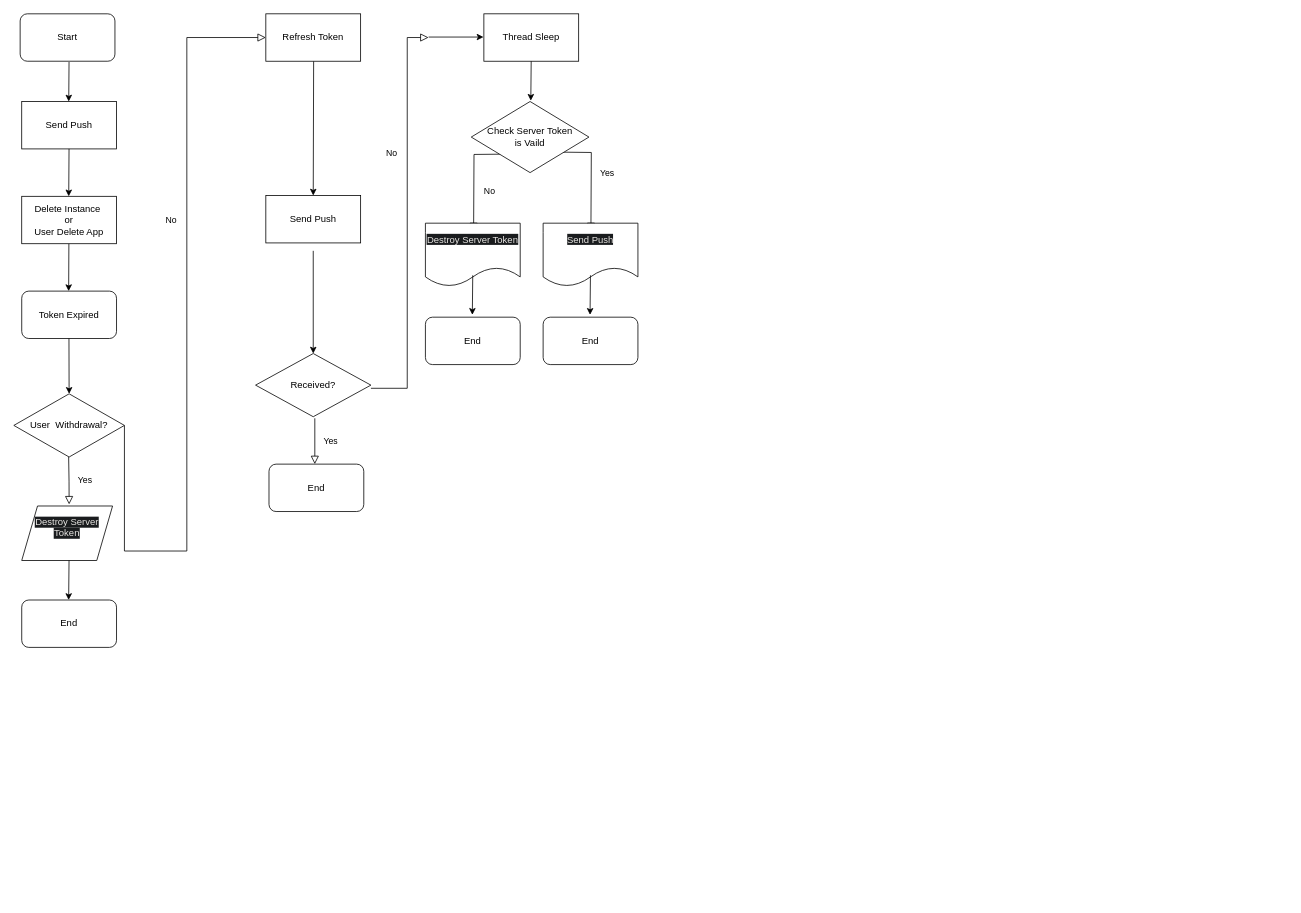
This is FcmMessage.drawio from spacedustz/Flow-Chart, a draw.io file, before an edit. Source tidied: cells renumbered, new cells numbered last; positions are measured from the earlier drawing's top-left corner, leaving out a move shared by most shapes. Both pictures are drawn from the tidied source at 79%, with x=0, y=0 at pixel (13, 13).
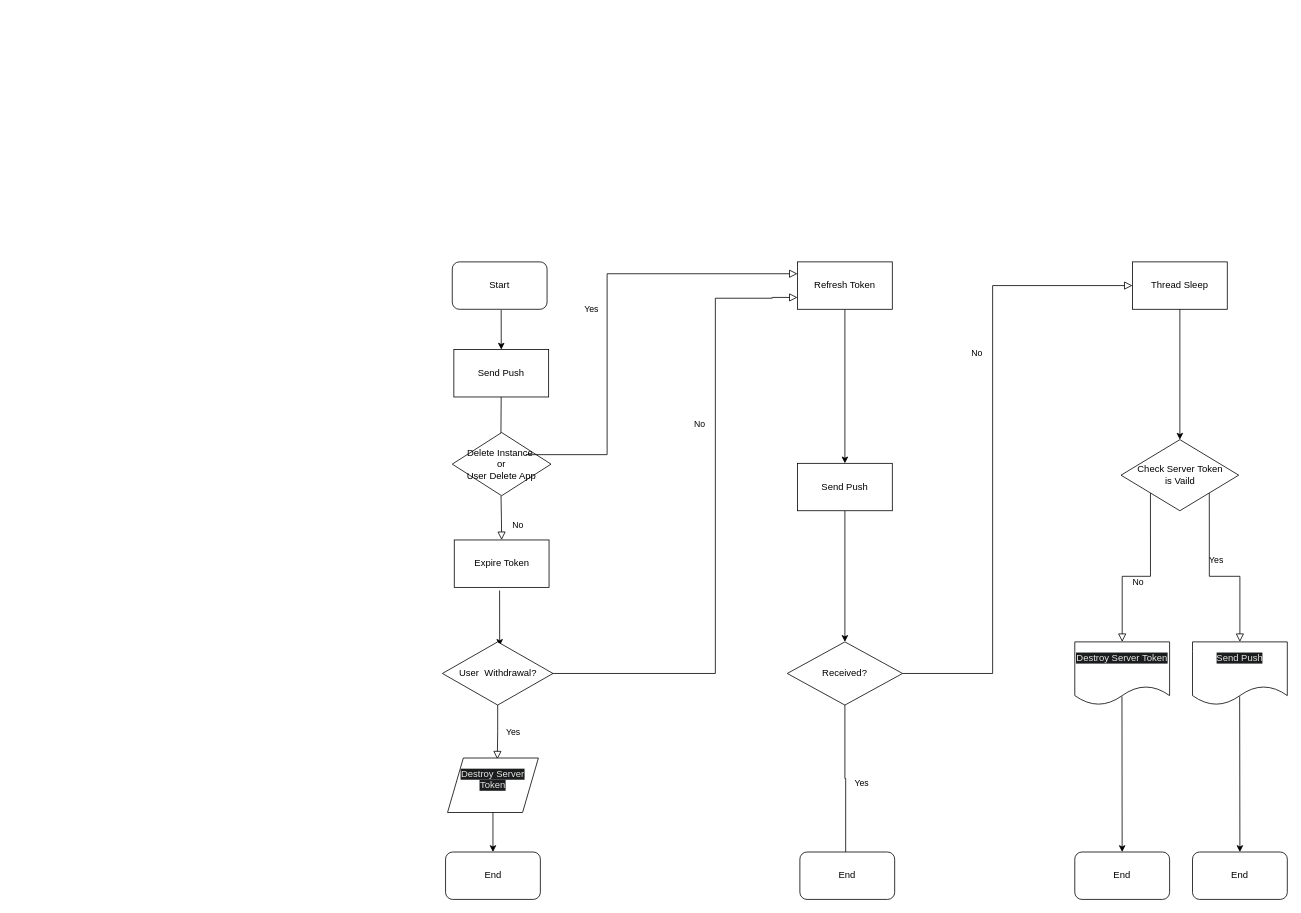
Above is the later version.

Change to the diagram source:
```diff
@@
     <mxCell id="2" value="Start" style="rounded=1;whiteSpace=wrap;html=1;" parent="1" vertex="1">
-      <mxGeometry x="8" width="120" height="60" as="geometry" />
+      <mxGeometry x="555" y="314" width="120" height="60" as="geometry" />
     </mxCell>
-    <mxCell id="3" style="endArrow=classic;html=1;rounded=0;" parent="1" edge="1">
+    <mxCell id="3" style="endArrow=classic;html=1;rounded=0;entryX=0.5;entryY=0;entryDx=0;entryDy=0;" parent="1" edge="1" target="4">
       <mxGeometry relative="1" as="geometry">
-        <mxPoint x="69.9" y="61" as="sourcePoint" />
-        <mxPoint x="69.5" y="111" as="targetPoint" />
+        <mxPoint x="616.9" y="375" as="sourcePoint" />
       </mxGeometry>
     </mxCell>
     <mxCell id="4" value="Send Push" style="rounded=0;whiteSpace=wrap;html=1;" parent="1" vertex="1">
-      <mxGeometry x="10" y="111" width="120" height="60" as="geometry" />
+      <mxGeometry x="557" y="425" width="120" height="60" as="geometry" />
     </mxCell>
     <mxCell id="5" style="endArrow=classic;html=1;rounded=0;" parent="1" edge="1">
       <mxGeometry relative="1" as="geometry">
-        <mxPoint x="69.9" y="171" as="sourcePoint" />
-        <mxPoint x="69.5" y="231" as="targetPoint" />
+        <mxPoint x="616.9" y="485" as="sourcePoint" />
+        <mxPoint x="616.5" y="545" as="targetPoint" />
       </mxGeometry>
     </mxCell>
-    <mxCell id="6" value="Token Expired" style="rounded=1;whiteSpace=wrap;html=1;" parent="1" vertex="1">
-      <mxGeometry x="10" y="351" width="120" height="60" as="geometry" />
-    </mxCell>
-    <mxCell id="7" style="endArrow=classic;html=1;rounded=0;" parent="1" edge="1">
-      <mxGeometry relative="1" as="geometry">
-        <mxPoint x="69.7" y="291" as="sourcePoint" />
-        <mxPoint x="69.4" y="351" as="targetPoint" />
-      </mxGeometry>
-    </mxCell>
-    <mxCell id="8" value="Delete Instance&amp;nbsp;&lt;br&gt;or&lt;br&gt;User Delete App" style="rounded=0;whiteSpace=wrap;html=1;" parent="1" vertex="1">
-      <mxGeometry x="10" y="231" width="120" height="60" as="geometry" />
-    </mxCell>
-    <mxCell id="9" value="No" style="rounded=0;html=1;jettySize=auto;fontSize=11;endArrow=block;endFill=0;endSize=8;strokeWidth=1;shadow=0;labelBackgroundColor=none;edgeStyle=orthogonalEdgeStyle;entryX=0;entryY=0.5;entryDx=0;entryDy=0;exitX=1;exitY=0.5;exitDx=0;exitDy=0;" parent="1" edge="1" source="22" target="11">
+    <mxCell id="9" value="No" style="rounded=0;html=1;jettySize=auto;fontSize=11;endArrow=block;endFill=0;endSize=8;strokeWidth=1;shadow=0;labelBackgroundColor=none;edgeStyle=orthogonalEdgeStyle;entryX=0;entryY=0.75;entryDx=0;entryDy=0;exitX=1;exitY=0.5;exitDx=0;exitDy=0;" parent="1" edge="1" source="22" target="11">
       <mxGeometry x="0.33" y="20" relative="1" as="geometry">
         <Array as="points">
-          <mxPoint x="219" y="680" />
-          <mxPoint x="219" y="30" />
+          <mxPoint x="888" y="835" />
+          <mxPoint x="888" y="360" />
+          <mxPoint x="960" y="360" />
         </Array>
       </mxGeometry>
     </mxCell>
-    <mxCell id="10" style="endArrow=classic;html=1;rounded=0;entryX=0.5;entryY=0;entryDx=0;entryDy=0;" parent="1" edge="1" target="14">
-      <mxGeometry relative="1" as="geometry">
-        <mxPoint x="379.5" y="60" as="sourcePoint" />
-      </mxGeometry>
+    <mxCell id="10" style="endArrow=classic;html=1;rounded=0;entryX=0.5;entryY=0;entryDx=0;entryDy=0;" parent="1" edge="1" source="11" target="14">
+      <mxGeometry relative="1" as="geometry" />
     </mxCell>
-    <mxCell id="11" value="Refresh Token" style="rounded=0;whiteSpace=wrap;html=1;" parent="1" vertex="1">
-      <mxGeometry x="319" width="120" height="60" as="geometry" />
-    </mxCell>
-    <mxCell id="12" style="endArrow=classic;html=1;rounded=0;entryX=0.5;entryY=0;entryDx=0;entryDy=0;" parent="1" edge="1" target="15">
-      <mxGeometry relative="1" as="geometry">
-        <mxPoint x="379" y="300" as="sourcePoint" />
-      </mxGeometry>
+    <mxCell id="12" style="endArrow=classic;html=1;rounded=0;entryX=0.5;entryY=0;entryDx=0;entryDy=0;exitX=0.5;exitY=1;exitDx=0;exitDy=0;" parent="1" edge="1" source="14" target="15">
+      <mxGeometry relative="1" as="geometry" />
     </mxCell>
     <mxCell id="13" value="Thread Sleep" style="rounded=0;whiteSpace=wrap;html=1;" parent="1" vertex="1">
-      <mxGeometry x="595" width="120" height="60" as="geometry" />
+      <mxGeometry x="1416" y="314" width="120" height="60" as="geometry" />
     </mxCell>
     <mxCell id="14" value="Send Push" style="rounded=0;whiteSpace=wrap;html=1;" parent="1" vertex="1">
-      <mxGeometry x="319" y="230" width="120" height="60" as="geometry" />
+      <mxGeometry x="992" y="569" width="120" height="60" as="geometry" />
     </mxCell>
     <mxCell id="15" value="Received?" style="rhombus;whiteSpace=wrap;html=1;" parent="1" vertex="1">
-      <mxGeometry x="306" y="430" width="146" height="80" as="geometry" />
+      <mxGeometry x="979" y="795" width="146" height="80" as="geometry" />
     </mxCell>
-    <mxCell id="16" value="No" style="rounded=0;html=1;jettySize=auto;orthogonalLoop=1;fontSize=11;endArrow=block;endFill=0;endSize=8;strokeWidth=1;shadow=0;labelBackgroundColor=none;edgeStyle=orthogonalEdgeStyle;" parent="1" edge="1">
+    <mxCell id="16" value="No" style="rounded=0;html=1;jettySize=auto;fontSize=11;endArrow=block;endFill=0;endSize=8;strokeWidth=1;shadow=0;labelBackgroundColor=none;edgeStyle=orthogonalEdgeStyle;exitX=1;exitY=0.5;exitDx=0;exitDy=0;entryX=0;entryY=0.5;entryDx=0;entryDy=0;" parent="1" edge="1" source="15" target="13">
       <mxGeometry x="0.33" y="20" relative="1" as="geometry">
-        <mxPoint x="452" y="474" as="sourcePoint" />
-        <mxPoint x="525" y="30" as="targetPoint" />
         <Array as="points">
-          <mxPoint x="498" y="474" />
-          <mxPoint x="498" y="30" />
+          <mxPoint x="1239" y="835" />
+          <mxPoint x="1239" y="344" />
         </Array>
       </mxGeometry>
     </mxCell>
-    <mxCell id="17" style="endArrow=classic;html=1;rounded=0;" parent="1" edge="1">
-      <mxGeometry relative="1" as="geometry">
-        <mxPoint x="525" y="29.4" as="sourcePoint" />
-        <mxPoint x="594.5" y="29.4" as="targetPoint" />
-      </mxGeometry>
-    </mxCell>
-    <mxCell id="18" style="endArrow=classic;html=1;rounded=0;" parent="1" edge="1">
-      <mxGeometry relative="1" as="geometry">
-        <mxPoint x="654.9" y="60" as="sourcePoint" />
-        <mxPoint x="654.4" y="110" as="targetPoint" />
-      </mxGeometry>
+    <mxCell id="18" style="endArrow=classic;html=1;rounded=0;exitX=0.5;exitY=1;exitDx=0;exitDy=0;entryX=0.5;entryY=0;entryDx=0;entryDy=0;" parent="1" edge="1" source="13" target="25">
+      <mxGeometry relative="1" as="geometry" />
     </mxCell>
-    <mxCell id="19" value="Yes" style="rounded=0;html=1;jettySize=auto;orthogonalLoop=1;fontSize=11;endArrow=block;endFill=0;endSize=8;strokeWidth=1;shadow=0;labelBackgroundColor=none;edgeStyle=orthogonalEdgeStyle;entryX=0.5;entryY=0;entryDx=0;entryDy=0;" parent="1" edge="1">
-      <mxGeometry y="20" relative="1" as="geometry">
-        <mxPoint x="683.5" y="175" as="sourcePoint" />
-        <mxPoint x="730.5" y="275" as="targetPoint" />
-      </mxGeometry>
+    <mxCell id="19" value="Yes" style="rounded=0;html=1;jettySize=auto;fontSize=11;endArrow=block;endFill=0;endSize=8;strokeWidth=1;shadow=0;labelBackgroundColor=none;edgeStyle=orthogonalEdgeStyle;entryX=0.5;entryY=0;entryDx=0;entryDy=0;exitX=1;exitY=1;exitDx=0;exitDy=0;" parent="1" edge="1" source="25" target="27">
+      <mxGeometry y="20" relative="1" as="geometry" />
     </mxCell>
-    <mxCell id="20" value="No" style="rounded=0;html=1;jettySize=auto;orthogonalLoop=1;fontSize=11;endArrow=block;endFill=0;endSize=8;strokeWidth=1;shadow=0;labelBackgroundColor=none;edgeStyle=orthogonalEdgeStyle;entryX=0.404;entryY=0;entryDx=0;entryDy=0;entryPerimeter=0;exitX=0.331;exitY=1.042;exitDx=0;exitDy=0;exitPerimeter=0;" parent="1" edge="1">
-      <mxGeometry x="0.33" y="20" relative="1" as="geometry">
-        <mxPoint x="633.2" y="177.5" as="sourcePoint" />
-        <mxPoint x="582" y="275" as="targetPoint" />
-      </mxGeometry>
+    <mxCell id="20" value="No" style="rounded=0;html=1;jettySize=auto;fontSize=11;endArrow=block;endFill=0;endSize=8;strokeWidth=1;shadow=0;labelBackgroundColor=none;edgeStyle=orthogonalEdgeStyle;entryX=0.5;entryY=0;entryDx=0;entryDy=0;exitX=0;exitY=1;exitDx=0;exitDy=0;" parent="1" edge="1" source="25" target="26">
+      <mxGeometry x="0.33" y="20" relative="1" as="geometry" />
     </mxCell>
-    <mxCell id="21" style="endArrow=classic;html=1;rounded=0;entryX=0.5;entryY=0;entryDx=0;entryDy=0;" parent="1" edge="1" target="22">
+    <mxCell id="21" style="endArrow=classic;html=1;rounded=0;entryX=0.5;entryY=0;entryDx=0;entryDy=0;" parent="1" edge="1">
       <mxGeometry relative="1" as="geometry">
-        <mxPoint x="69.8" y="411" as="sourcePoint" />
+        <mxPoint x="614.9" y="730" as="sourcePoint" />
+        <mxPoint x="615" y="800" as="targetPoint" />
       </mxGeometry>
     </mxCell>
     <mxCell id="22" value="User&amp;nbsp; Withdrawal?" style="rhombus;whiteSpace=wrap;html=1;" parent="1" vertex="1">
-      <mxGeometry y="481" width="140" height="80" as="geometry" />
+      <mxGeometry x="542.5" y="795" width="140" height="80" as="geometry" />
     </mxCell>
-    <mxCell id="23" value="Yes" style="rounded=0;html=1;jettySize=auto;orthogonalLoop=1;fontSize=11;endArrow=block;endFill=0;endSize=8;strokeWidth=1;shadow=0;labelBackgroundColor=none;edgeStyle=orthogonalEdgeStyle;entryX=0.5;entryY=0;entryDx=0;entryDy=0;" parent="1" edge="1">
-      <mxGeometry y="20" relative="1" as="geometry">
-        <mxPoint x="69.4" y="561" as="sourcePoint" />
-        <mxPoint x="70" y="621" as="targetPoint" />
-      </mxGeometry>
+    <mxCell id="23" value="Yes" style="rounded=0;html=1;jettySize=auto;fontSize=11;endArrow=block;endFill=0;endSize=8;strokeWidth=1;shadow=0;labelBackgroundColor=none;edgeStyle=orthogonalEdgeStyle;entryX=0.548;entryY=0.024;entryDx=0;entryDy=0;entryPerimeter=0;exitX=0.5;exitY=1;exitDx=0;exitDy=0;" parent="1" edge="1" source="22" target="24">
+      <mxGeometry y="20" relative="1" as="geometry" />
     </mxCell>
     <mxCell id="24" value="&#10;&lt;span style=&quot;color: rgb(232, 230, 227); font-family: Helvetica; font-size: 12px; font-style: normal; font-variant-ligatures: normal; font-variant-caps: normal; font-weight: 400; letter-spacing: normal; orphans: 2; text-align: center; text-indent: 0px; text-transform: none; widows: 2; word-spacing: 0px; -webkit-text-stroke-width: 0px; background-color: rgb(26, 28, 30); text-decoration-thickness: initial; text-decoration-style: initial; text-decoration-color: initial; float: none; display: inline !important;&quot;&gt;Destroy Server Token&lt;/span&gt;&#10;&#10;" style="shape=parallelogram;perimeter=parallelogramPerimeter;whiteSpace=wrap;html=1;fixedSize=1;" parent="1" vertex="1">
-      <mxGeometry x="10" y="623" width="115" height="69" as="geometry" />
+      <mxGeometry x="549" y="942" width="115" height="69" as="geometry" />
     </mxCell>
     <mxCell id="25" value="Check Server Token&lt;br style=&quot;border-color: var(--darkreader-border--border-color); --darkreader-inline-border:var(--darkreader-border--darkreader-border--border-color);&quot;&gt;is Vaild" style="rhombus;whiteSpace=wrap;html=1;" parent="1" vertex="1">
-      <mxGeometry x="579" y="111" width="149" height="90" as="geometry" />
+      <mxGeometry x="1401.5" y="539" width="149" height="90" as="geometry" />
     </mxCell>
     <mxCell id="26" value="&#10;&lt;span style=&quot;color: rgb(232, 230, 227); font-family: Helvetica; font-size: 12px; font-style: normal; font-variant-ligatures: normal; font-variant-caps: normal; font-weight: 400; letter-spacing: normal; orphans: 2; text-align: center; text-indent: 0px; text-transform: none; widows: 2; word-spacing: 0px; -webkit-text-stroke-width: 0px; background-color: rgb(26, 28, 30); text-decoration-thickness: initial; text-decoration-style: initial; text-decoration-color: initial; float: none; display: inline !important;&quot;&gt;Destroy Server Token&lt;/span&gt;&#10;&#10;" style="shape=document;whiteSpace=wrap;html=1;boundedLbl=1;" parent="1" vertex="1">
-      <mxGeometry x="521" y="265" width="120" height="80" as="geometry" />
+      <mxGeometry x="1343" y="795" width="120" height="80" as="geometry" />
     </mxCell>
     <mxCell id="27" value="&#10;&lt;span style=&quot;color: rgb(232, 230, 227); font-family: Helvetica; font-size: 12px; font-style: normal; font-variant-ligatures: normal; font-variant-caps: normal; font-weight: 400; letter-spacing: normal; orphans: 2; text-align: center; text-indent: 0px; text-transform: none; widows: 2; word-spacing: 0px; -webkit-text-stroke-width: 0px; background-color: rgb(26, 28, 30); text-decoration-thickness: initial; text-decoration-style: initial; text-decoration-color: initial; float: none; display: inline !important;&quot;&gt;Send Push&lt;/span&gt;&#10;&#10;" style="shape=document;whiteSpace=wrap;html=1;boundedLbl=1;" parent="1" vertex="1">
-      <mxGeometry x="670" y="265" width="120" height="80" as="geometry" />
+      <mxGeometry x="1492" y="795" width="120" height="80" as="geometry" />
     </mxCell>
-    <mxCell id="28" value="Yes" style="rounded=0;html=1;jettySize=auto;orthogonalLoop=1;fontSize=11;endArrow=block;endFill=0;endSize=8;strokeWidth=1;shadow=0;labelBackgroundColor=none;edgeStyle=orthogonalEdgeStyle;" parent="1" edge="1">
-      <mxGeometry y="20" relative="1" as="geometry">
-        <mxPoint x="381" y="512" as="sourcePoint" />
-        <mxPoint x="381" y="570" as="targetPoint" />
-      </mxGeometry>
+    <mxCell id="28" value="Yes" style="rounded=0;html=1;jettySize=auto;fontSize=11;endArrow=block;endFill=0;endSize=8;strokeWidth=1;shadow=0;labelBackgroundColor=none;edgeStyle=orthogonalEdgeStyle;entryX=0.483;entryY=0.217;entryDx=0;entryDy=0;entryPerimeter=0;exitX=0.5;exitY=1;exitDx=0;exitDy=0;" parent="1" edge="1" source="15" target="29">
+      <mxGeometry y="20" relative="1" as="geometry" />
     </mxCell>
     <mxCell id="29" value="End" style="rounded=1;whiteSpace=wrap;html=1;" parent="1" vertex="1">
-      <mxGeometry x="323" y="570" width="120" height="60" as="geometry" />
+      <mxGeometry x="995" y="1061" width="120" height="60" as="geometry" />
     </mxCell>
-    <mxCell id="30" style="endArrow=classic;html=1;rounded=0;" parent="1" edge="1">
-      <mxGeometry relative="1" as="geometry">
-        <mxPoint x="69.9" y="692" as="sourcePoint" />
-        <mxPoint x="69.4" y="742" as="targetPoint" />
-      </mxGeometry>
+    <mxCell id="30" style="endArrow=classic;html=1;rounded=0;exitX=0.5;exitY=1;exitDx=0;exitDy=0;entryX=0.5;entryY=0;entryDx=0;entryDy=0;" parent="1" edge="1" source="24" target="31">
+      <mxGeometry relative="1" as="geometry" />
     </mxCell>
     <mxCell id="31" value="End" style="rounded=1;whiteSpace=wrap;html=1;" parent="1" vertex="1">
-      <mxGeometry x="10" y="742" width="120" height="60" as="geometry" />
+      <mxGeometry x="546.5" y="1061" width="120" height="60" as="geometry" />
     </mxCell>
-    <mxCell id="32" style="endArrow=classic;html=1;rounded=0;" parent="1" edge="1">
-      <mxGeometry relative="1" as="geometry">
-        <mxPoint x="580.9" y="331" as="sourcePoint" />
-        <mxPoint x="580.4" y="381" as="targetPoint" />
-      </mxGeometry>
-    </mxCell>
-    <mxCell id="33" style="endArrow=classic;html=1;rounded=0;" parent="1" edge="1">
-      <mxGeometry relative="1" as="geometry">
-        <mxPoint x="729.9" y="331" as="sourcePoint" />
-        <mxPoint x="729.4" y="381" as="targetPoint" />
-      </mxGeometry>
-    </mxCell>
     <mxCell id="34" value="End" style="rounded=1;whiteSpace=wrap;html=1;" parent="1" vertex="1">
-      <mxGeometry x="521" y="384" width="120" height="60" as="geometry" />
+      <mxGeometry x="1343" y="1061" width="120" height="60" as="geometry" />
     </mxCell>
     <mxCell id="35" value="End" style="rounded=1;whiteSpace=wrap;html=1;" parent="1" vertex="1">
-      <mxGeometry x="670" y="384" width="120" height="60" as="geometry" />
+      <mxGeometry x="1492" y="1061" width="120" height="60" as="geometry" />
     </mxCell>
+    <mxCell id="8" value="Delete Instance&amp;nbsp;&lt;br style=&quot;border-color: var(--darkreader-border--border-color); --darkreader-inline-border:var(--darkreader-border--darkreader-border--border-color);&quot;&gt;or&lt;br style=&quot;border-color: var(--darkreader-border--border-color); --darkreader-inline-border:var(--darkreader-border--darkreader-border--border-color);&quot;&gt;User Delete App" style="rhombus;whiteSpace=wrap;html=1;" parent="1" vertex="1">
+      <mxGeometry x="555" y="530" width="125" height="80" as="geometry" />
+    </mxCell>
+    <mxCell id="36" value="No" style="rounded=0;html=1;jettySize=auto;fontSize=11;endArrow=block;endFill=0;endSize=8;strokeWidth=1;shadow=0;labelBackgroundColor=none;edgeStyle=orthogonalEdgeStyle;entryX=0.5;entryY=0;entryDx=0;entryDy=0;" parent="1" edge="1" target="38">
+      <mxGeometry x="0.33" y="20" relative="1" as="geometry">
+        <mxPoint x="616.7" y="610" as="sourcePoint" />
+      </mxGeometry>
+    </mxCell>
+    <mxCell id="37" value="Yes" style="rounded=0;html=1;jettySize=auto;fontSize=11;endArrow=block;endFill=0;endSize=8;strokeWidth=1;shadow=0;labelBackgroundColor=none;edgeStyle=orthogonalEdgeStyle;entryX=0;entryY=0.25;entryDx=0;entryDy=0;" parent="1" edge="1" target="11">
+      <mxGeometry y="20" relative="1" as="geometry">
+        <mxPoint x="648" y="558" as="sourcePoint" />
+        <Array as="points">
+          <mxPoint x="751" y="558" />
+          <mxPoint x="751" y="329" />
+        </Array>
+      </mxGeometry>
+    </mxCell>
+    <mxCell id="38" value="Expire Token" style="rounded=0;whiteSpace=wrap;html=1;" parent="1" vertex="1">
+      <mxGeometry x="557.5" y="666" width="120" height="60" as="geometry" />
+    </mxCell>
+    <mxCell id="11" value="Refresh Token" style="rounded=0;whiteSpace=wrap;html=1;" parent="1" vertex="1">
+      <mxGeometry x="992" y="314" width="120" height="60" as="geometry" />
+    </mxCell>
+    <mxCell id="39" style="endArrow=classic;html=1;rounded=0;" parent="1" edge="1" target="34">
+      <mxGeometry relative="1" as="geometry">
+        <mxPoint x="1402.7" y="864" as="sourcePoint" />
+      </mxGeometry>
+    </mxCell>
+    <mxCell id="40" style="endArrow=classic;html=1;rounded=0;entryX=0.5;entryY=0;entryDx=0;entryDy=0;" parent="1" edge="1" target="35">
+      <mxGeometry relative="1" as="geometry">
+        <mxPoint x="1551.7" y="864" as="sourcePoint" />
+      </mxGeometry>
+    </mxCell>
```
